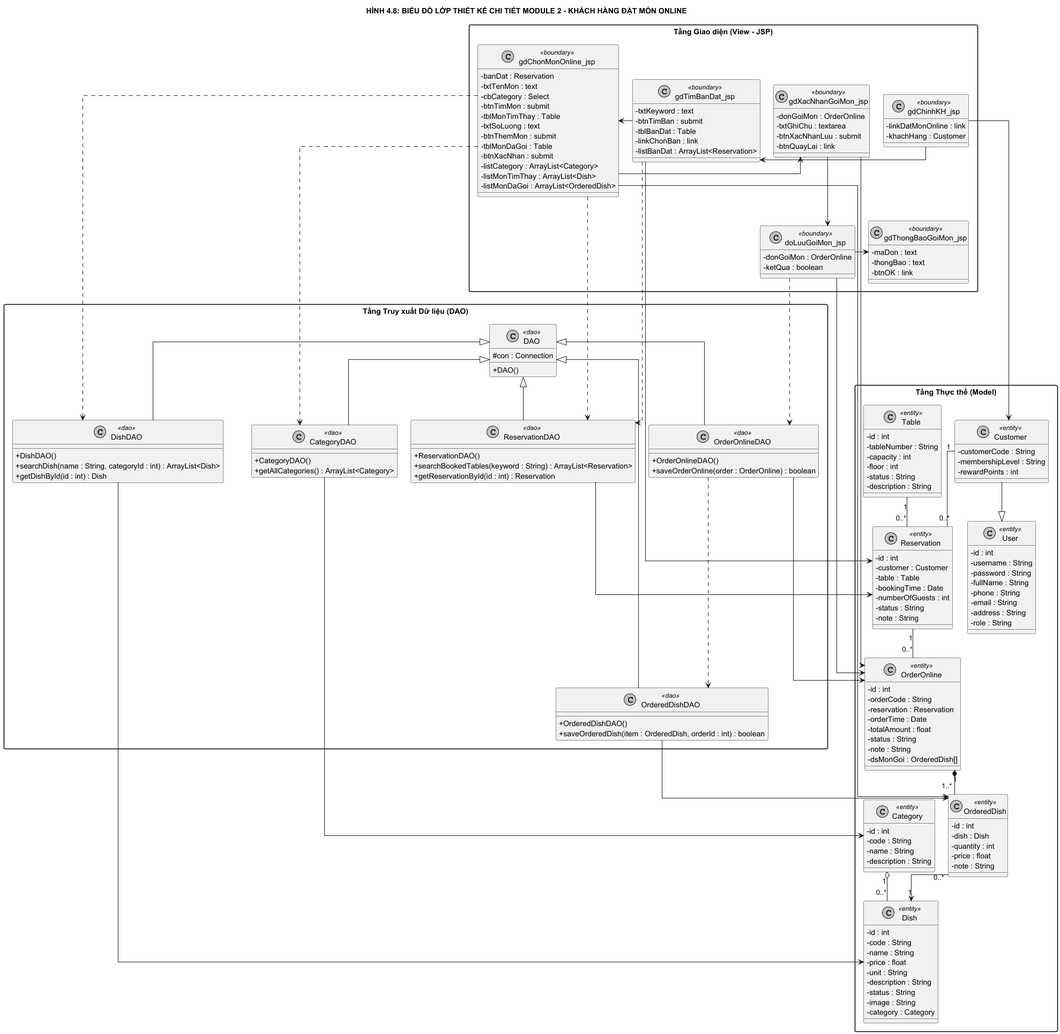
The PlantUML diagram docs/diagrams/Design_04_Module2_ClassDiagram.png in NEWBIE1005/RMS_RestaurantManagementSystem, before a commit.
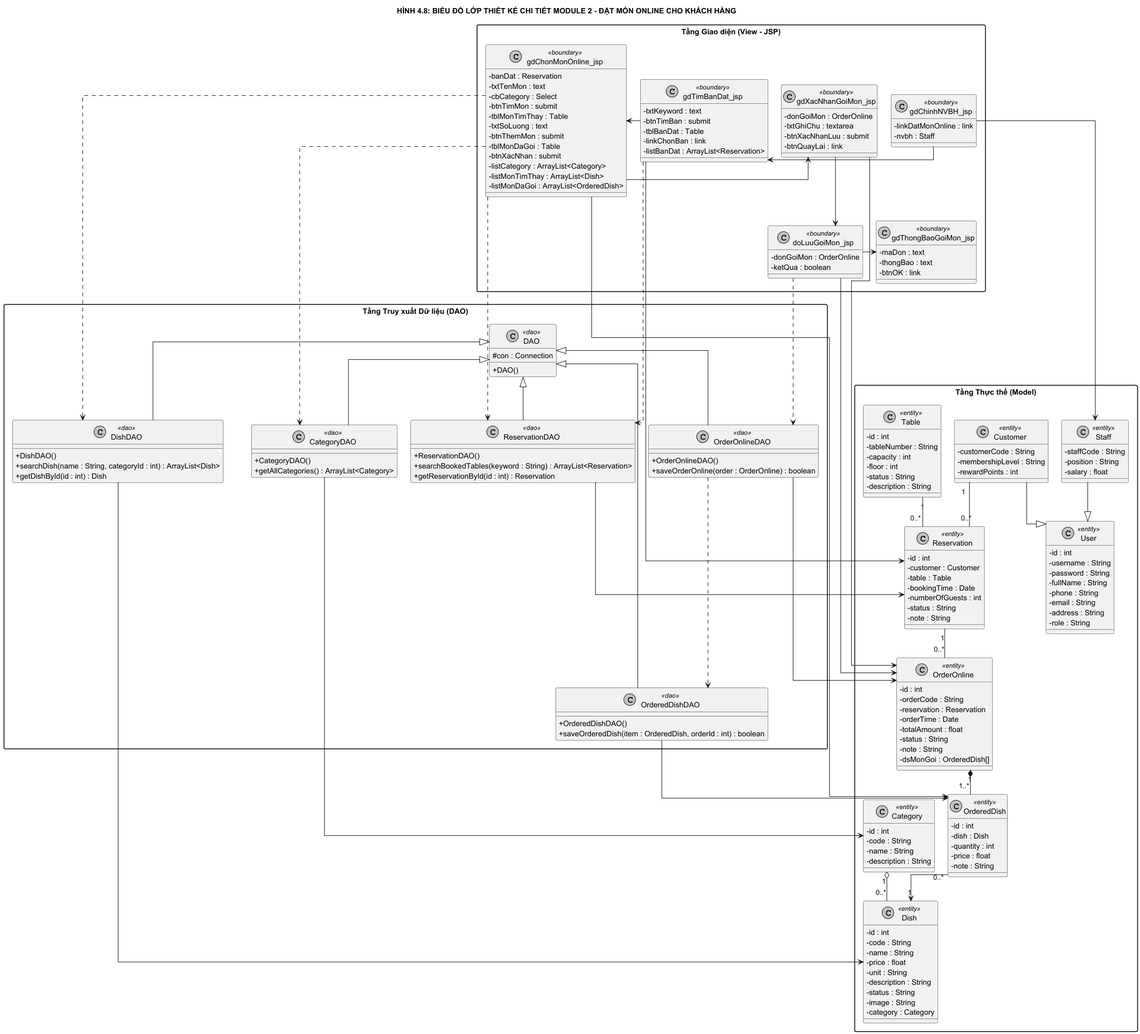
Above is the later version.

What changed in the source:
```diff
@@ -7,12 +7,12 @@
 skinparam nodesep 25
 skinparam ranksep 45
 
-title HÌNH 4.8: BIỂU ĐỒ LỚP THIẾT KẾ CHI TIẾT MODULE 2 - KHÁCH HÀNG ĐẶT MÓN ONLINE
+title HÌNH 4.8: BIỂU ĐỒ LỚP THIẾT KẾ CHI TIẾT MODULE 2 - ĐẶT MÓN ONLINE CHO KHÁCH HÀNG
 
 package "Tầng Giao diện (View - JSP)" {
-    class gdChinhKH_jsp <<boundary>> {
+    class gdChinhNVBH_jsp <<boundary>> {
         - linkDatMonOnline : link
-        - khachHang : Customer
+        - nvbh : Staff
     }
 
     class gdTimBanDat_jsp <<boundary>> {
@@ -103,6 +103,12 @@
         - role : String
     }
 
+    class Staff <<entity>> {
+        - staffCode : String
+        - position : String
+        - salary : float
+    }
+
     class Customer <<entity>> {
         - customerCode : String
         - membershipLevel : String
@@ -167,7 +173,7 @@
     }
 }
 
-gdChinhKH_jsp -right-> gdTimBanDat_jsp
+gdChinhNVBH_jsp -right-> gdTimBanDat_jsp
 gdTimBanDat_jsp -right-> gdChonMonOnline_jsp
 gdChonMonOnline_jsp -right-> gdXacNhanGoiMon_jsp
 gdXacNhanGoiMon_jsp -down-> doLuuGoiMon_jsp
@@ -186,7 +192,7 @@
 doLuuGoiMon_jsp -down..> OrderOnlineDAO
 OrderOnlineDAO -down..> OrderedDishDAO
 
-gdChinhKH_jsp -down-> Customer
+gdChinhNVBH_jsp -down-> Staff
 gdTimBanDat_jsp -down-> Reservation
 gdChonMonOnline_jsp -down-> OrderedDish
 gdXacNhanGoiMon_jsp -down-> OrderOnline
@@ -198,6 +204,7 @@
 OrderOnlineDAO -down-> OrderOnline
 OrderedDishDAO -down-> OrderedDish
 
+Staff --|> User
 Customer --|> User
 Customer "1" -- "0..*" Reservation
 Table "1" -- "0..*" Reservation
```
